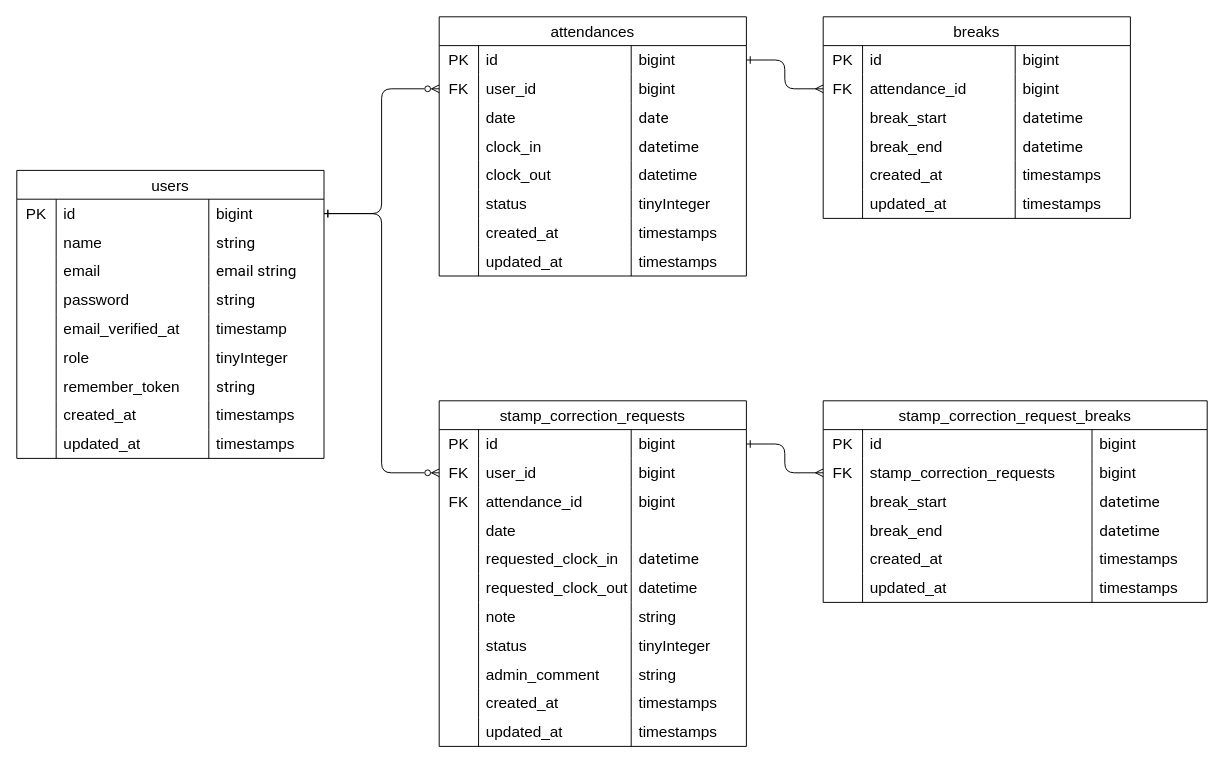
Earlier version of the draw.io diagram .dio (sub-law/mock-project-02-mock-check). Source tidied: cells renumbered, new cells numbered last; positions are measured from the earlier drawing's top-left corner, leaving out a move shared by most shapes. Both pictures are drawn from the tidied source at 96%, with x=0, y=0 at pixel (16, 16).
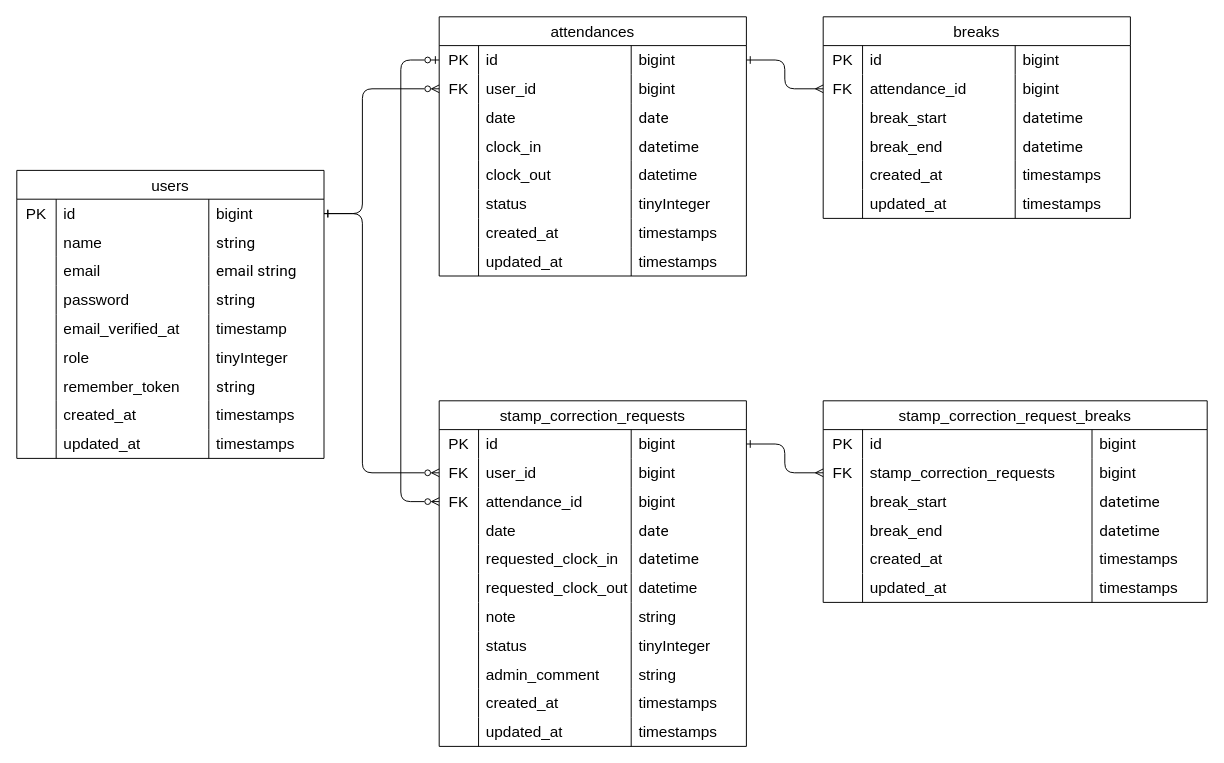
After the change.

The change refers to these unchanged cells:
```xml
<mxCell id="3" style="shape=tableRow;horizontal=0;startSize=0;swimlaneHead=0;swimlaneBody=0;top=0;left=0;bottom=0;right=0;fillColor=none;points=[[0,0.5],[1,0.5]];portConstraint=eastwest;strokeColor=inherit;fontSize=16;" parent="2" vertex="1">
  <mxGeometry y="30" width="320" height="30" as="geometry" />
</mxCell>
<mxCell id="40" style="shape=tableRow;horizontal=0;startSize=0;swimlaneHead=0;swimlaneBody=0;top=0;left=0;bottom=0;right=0;fillColor=none;points=[[0,0.5],[1,0.5]];portConstraint=eastwest;strokeColor=inherit;fontSize=16;" parent="39" vertex="1">
  <mxGeometry y="30" width="320" height="30" as="geometry" />
</mxCell>
<mxCell id="44" style="shape=tableRow;horizontal=0;startSize=0;swimlaneHead=0;swimlaneBody=0;top=0;left=0;bottom=0;right=0;fillColor=none;points=[[0,0.5],[1,0.5]];portConstraint=eastwest;strokeColor=inherit;fontSize=16;" parent="39" vertex="1">
  <mxGeometry y="60" width="320" height="30" as="geometry" />
</mxCell>
<mxCell id="77" style="shape=tableRow;horizontal=0;startSize=0;swimlaneHead=0;swimlaneBody=0;top=0;left=0;bottom=0;right=0;fillColor=none;points=[[0,0.5],[1,0.5]];portConstraint=eastwest;strokeColor=inherit;fontSize=16;" parent="72" vertex="1">
  <mxGeometry y="60" width="320" height="30" as="geometry" />
</mxCell>
<mxCell id="81" style="shape=tableRow;horizontal=0;startSize=0;swimlaneHead=0;swimlaneBody=0;top=0;left=0;bottom=0;right=0;fillColor=none;points=[[0,0.5],[1,0.5]];portConstraint=eastwest;strokeColor=inherit;fontSize=16;" parent="72" vertex="1">
  <mxGeometry y="90" width="320" height="30" as="geometry" />
</mxCell>
<mxCell id="85" style="shape=tableRow;horizontal=0;startSize=0;swimlaneHead=0;swimlaneBody=0;top=0;left=0;bottom=0;right=0;fillColor=none;strokeColor=inherit;fontSize=16;" parent="72" vertex="1">
  <mxGeometry y="120" width="320" height="30" as="geometry" />
</mxCell>
```

The edit, as a diff of the source:
```diff
@@
-    <mxCell id="88" style="shape=partialRectangle;html=1;whiteSpace=wrap;fillColor=none;top=0;left=0;bottom=0;right=0;align=left;spacingLeft=6;overflow=hidden;strokeColor=inherit;fontSize=16;" parent="85" vertex="1">
+    <mxCell id="88" value="&lt;span style=&quot;color: rgb(0, 0, 0); font-family: Roboto, Arial;&quot;&gt;date&lt;/span&gt;" style="shape=partialRectangle;html=1;whiteSpace=wrap;fillColor=none;top=0;left=0;bottom=0;right=0;align=left;spacingLeft=6;overflow=hidden;strokeColor=inherit;fontSize=16;" parent="85" vertex="1">
       <mxGeometry x="200" width="120" height="30" as="geometry" />
     </mxCell>
@@
     <mxCell id="167" style="edgeStyle=orthogonalEdgeStyle;html=1;exitX=1;exitY=0.5;exitDx=0;exitDy=0;entryX=0;entryY=0.5;entryDx=0;entryDy=0;startArrow=ERone;startFill=0;endArrow=ERzeroToMany;endFill=0;" parent="1" edge="1" source="3" target="44">
-      <mxGeometry relative="1" as="geometry" />
+      <mxGeometry relative="1" as="geometry">
+        <Array as="points">
+          <mxPoint x="360" y="205" />
+          <mxPoint x="360" y="75" />
+        </Array>
+      </mxGeometry>
     </mxCell>
     <mxCell id="168" style="edgeStyle=orthogonalEdgeStyle;html=1;exitX=1;exitY=0.5;exitDx=0;exitDy=0;entryX=0;entryY=0.5;entryDx=0;entryDy=0;endArrow=ERzeroToMany;endFill=0;startArrow=ERone;startFill=0;" parent="1" edge="1" source="3" target="77">
-      <mxGeometry relative="1" as="geometry" />
+      <mxGeometry relative="1" as="geometry">
+        <Array as="points">
+          <mxPoint x="360" y="205" />
+          <mxPoint x="360" y="475" />
+        </Array>
+      </mxGeometry>
     </mxCell>
@@
+    <mxCell id="171" style="edgeStyle=orthogonalEdgeStyle;html=1;exitX=0;exitY=0.5;exitDx=0;exitDy=0;entryX=0;entryY=0.5;entryDx=0;entryDy=0;startArrow=ERzeroToMany;startFill=0;endArrow=ERzeroToOne;endFill=0;" parent="1" edge="1" source="81" target="40">
+      <mxGeometry relative="1" as="geometry">
+        <Array as="points">
+          <mxPoint x="400" y="505" />
+          <mxPoint x="400" y="45" />
+        </Array>
+      </mxGeometry>
+    </mxCell>
```
